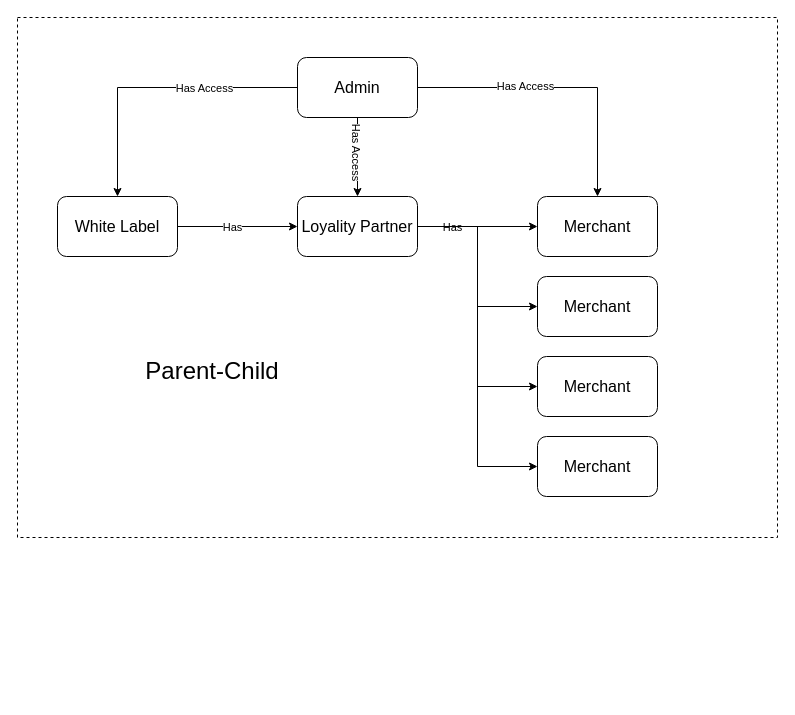
Earlier version of the draw.io diagram page "Application Info" (1 of 6) of payelio/Payelio - Flow Diagram.drawio (gulbitz/diagrams.net). Source tidied: cells renumbered, new cells numbered last; positions are measured from the earlier drawing's top-left corner, leaving out a move shared by most shapes. Both pictures are drawn from the tidied source at 100%, with x=0, y=0 at pixel (17, 17).
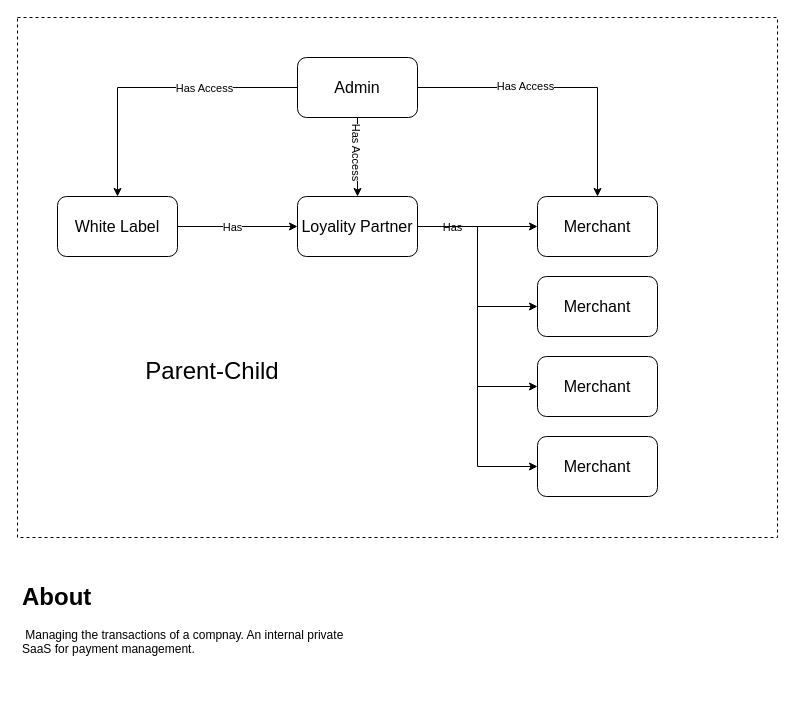
The same diagram, later.

Change to the diagram source:
```diff
@@
+    <mxCell id="24" value="&lt;h1&gt;About&lt;/h1&gt;&lt;p&gt;&amp;nbsp;Managing the transactions of a compnay. An internal private SaaS for payment management.&lt;/p&gt;" style="text;html=1;strokeColor=none;fillColor=none;spacing=5;spacingTop=-20;whiteSpace=wrap;overflow=hidden;rounded=0;" parent="1" vertex="1">
+      <mxGeometry y="560" width="340" height="120" as="geometry" />
+    </mxCell>
```
